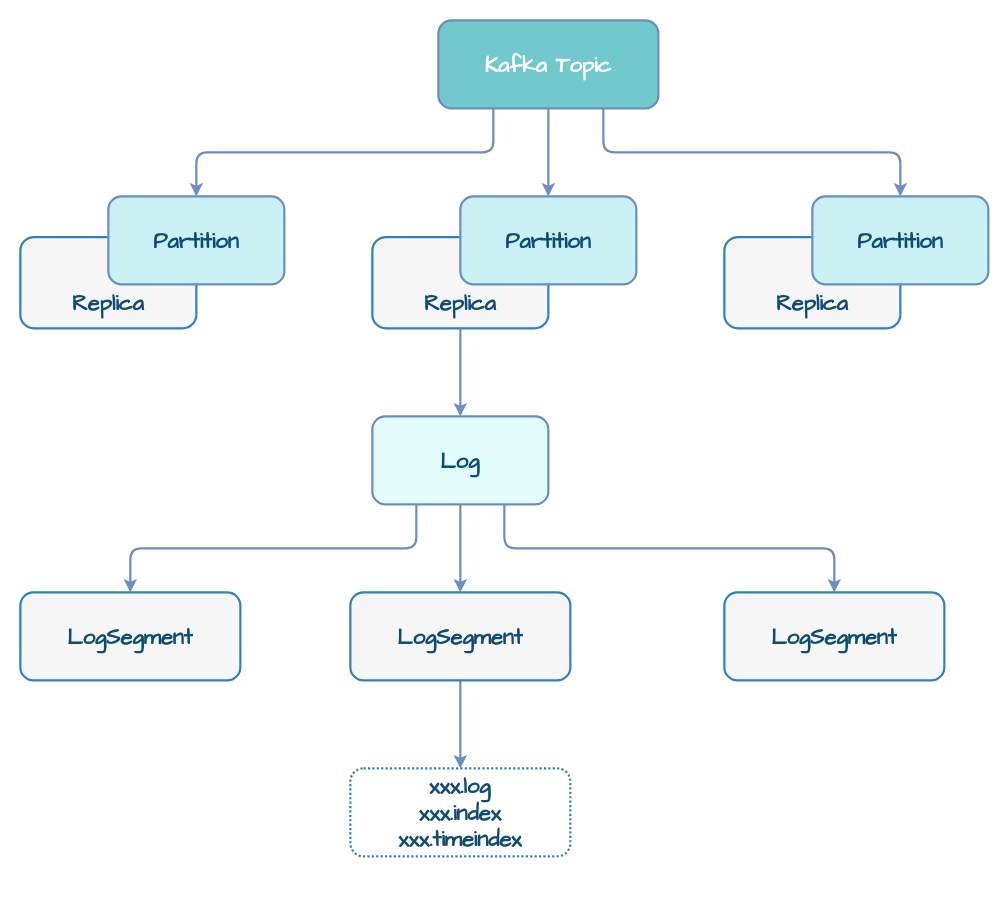
The draw.io diagram page "Segment" (2 of 5) of assets/分布式/分布式通信/mq/Kafka存储.drawio in dunwu/waterdrop, before the edit. Source tidied: cells renumbered, new cells numbered last; positions are measured from the earlier drawing's top-left corner, leaving out a move shared by most shapes. Both pictures are drawn from the tidied source at 110%, with x=0, y=0 at pixel (20, 20).
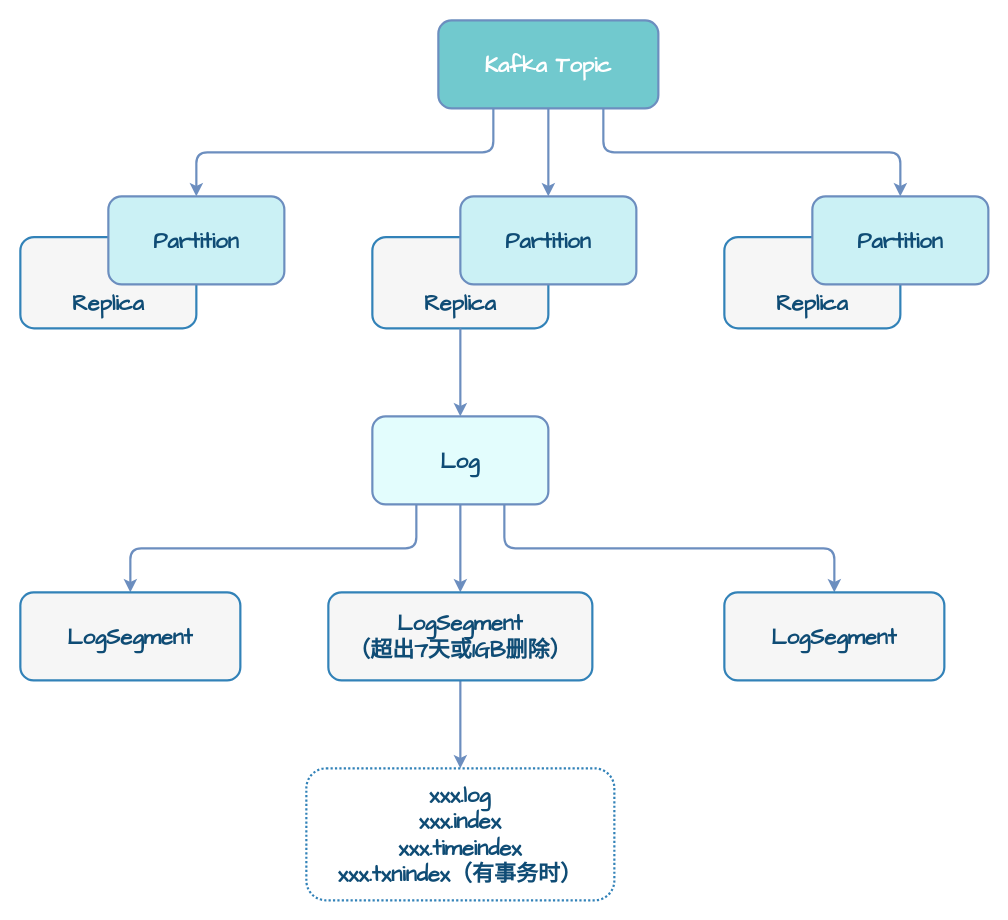
The same diagram, later.

Diff of the diagram source:
```diff
@@
-    <mxCell id="10" value="LogSegment" style="rounded=1;whiteSpace=wrap;html=1;shadow=0;strokeColor=#3282B8;strokeWidth=2;align=center;verticalAlign=middle;fontFamily=Comic Sans MS;fontSize=20;fontColor=#0F4C75;fillColor=#F6F6F6;fontStyle=1;" parent="1" vertex="1">
-      <mxGeometry x="300" y="520" width="200" height="80" as="geometry" />
+    <mxCell id="10" value="LogSegment&lt;br&gt;（超出7天或1GB删除）" style="rounded=1;whiteSpace=wrap;html=1;shadow=0;strokeColor=#3282B8;strokeWidth=2;align=center;verticalAlign=middle;fontFamily=Comic Sans MS;fontSize=20;fontColor=#0F4C75;fillColor=#F6F6F6;fontStyle=1;" parent="1" vertex="1">
+      <mxGeometry x="280" y="520" width="240" height="80" as="geometry" />
     </mxCell>
-    <mxCell id="11" value="&lt;div style=&quot;font-size: 20px;&quot;&gt;xxx.log&lt;/div&gt;&lt;div style=&quot;font-size: 20px;&quot;&gt;xxx.index&lt;/div&gt;&lt;div style=&quot;font-size: 20px;&quot;&gt;xxx.timeindex&lt;/div&gt;" style="rounded=1;whiteSpace=wrap;html=1;shadow=0;strokeColor=#3282B8;strokeWidth=2;align=center;verticalAlign=middle;fontFamily=Comic Sans MS;fontSize=20;fontColor=#0F4C75;fillColor=none;fontStyle=1;dashed=1;dashPattern=1 1;" parent="1" vertex="1">
-      <mxGeometry x="300" y="680" width="200" height="80" as="geometry" />
+    <mxCell id="11" value="&lt;div style=&quot;font-size: 20px;&quot;&gt;xxx.log&lt;/div&gt;&lt;div style=&quot;font-size: 20px;&quot;&gt;xxx.index&lt;/div&gt;&lt;div style=&quot;font-size: 20px;&quot;&gt;xxx.timeindex&lt;/div&gt;&lt;div style=&quot;font-size: 20px;&quot;&gt;xxx.txnindex（有事务时）&lt;br&gt;&lt;/div&gt;" style="rounded=1;whiteSpace=wrap;html=1;shadow=0;strokeColor=#3282B8;strokeWidth=2;align=center;verticalAlign=middle;fontFamily=Comic Sans MS;fontSize=20;fontColor=#0F4C75;fillColor=none;fontStyle=1;dashed=1;dashPattern=1 1;" parent="1" vertex="1">
+      <mxGeometry x="260" y="680" width="280" height="120" as="geometry" />
     </mxCell>
```
